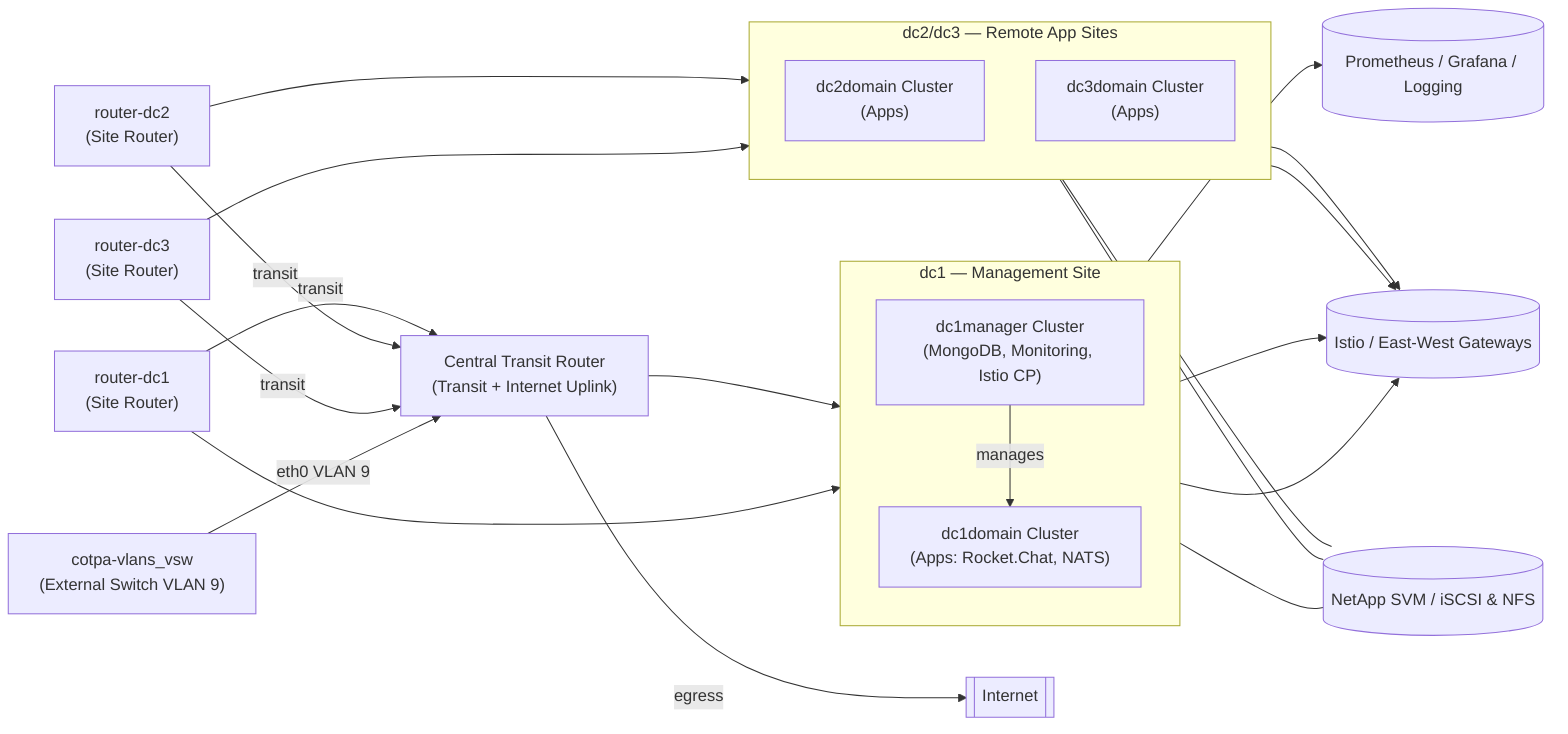
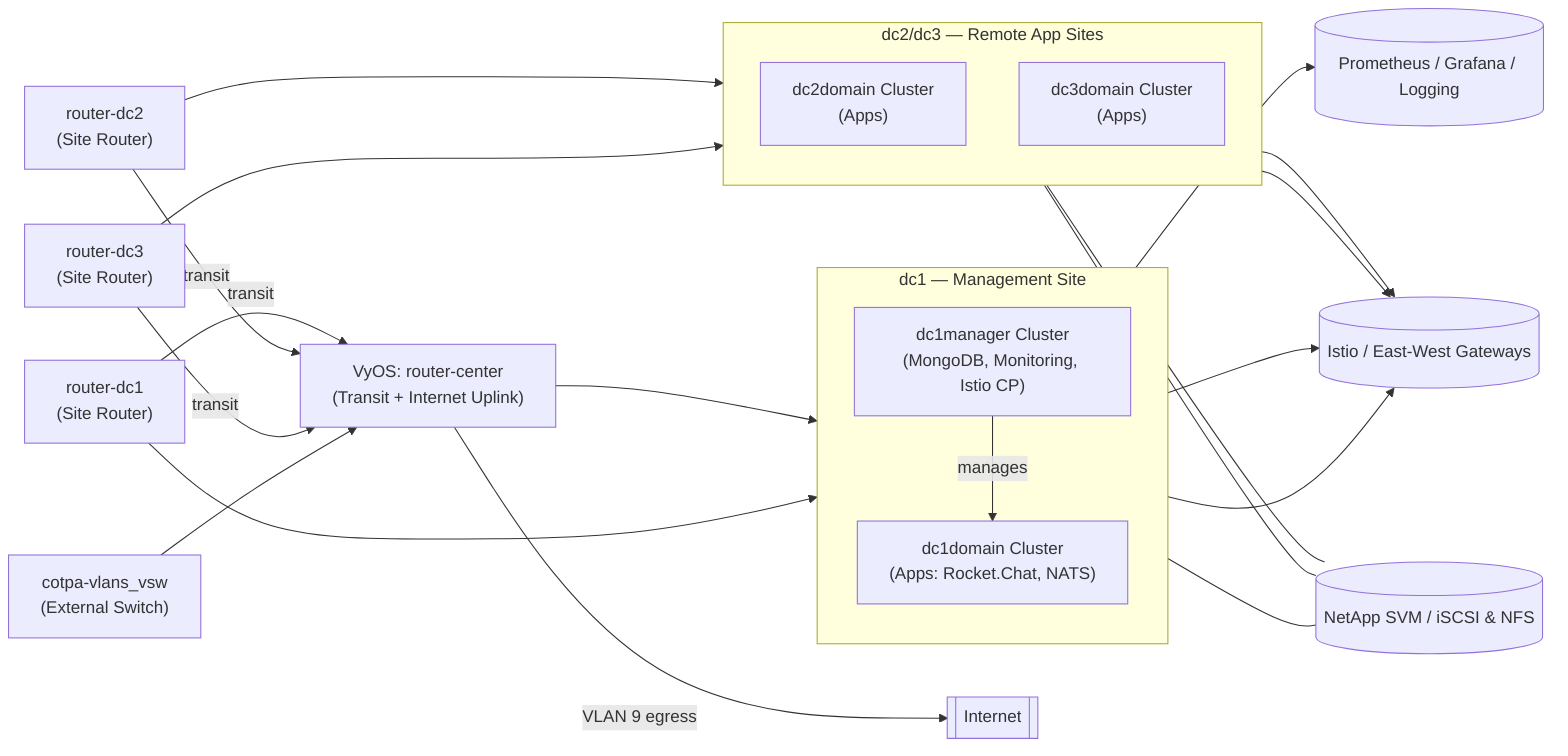
%% Mermaid System Design Diagram - Multicluster Lab (dc* names)
%% Shows high-level components: management cluster, app clusters, monitoring, storage, and network gateways

flowchart LR
  subgraph ManagementSite [dc1 — Management Site]
    direction TB
    MG["dc1manager Cluster\n(MongoDB, Monitoring, Istio CP)"]
    MG -->|manages| DC1A["dc1domain Cluster\n(Apps: Rocket.Chat, NATS)"]
  end

  subgraph RemoteSites [dc2/dc3 — Remote App Sites]
    direction TB
    DC2["dc2domain Cluster\n(Apps)"]
    DC3["dc3domain Cluster\n(Apps)"]
  end

  Storage[(NetApp SVM / iSCSI & NFS)]
  Observability[(Prometheus / Grafana / Logging)]
  ServiceMesh[(Istio / East-West Gateways)]

  MG --> Observability
  MG --> ServiceMesh
  DC1A --> ServiceMesh
  DC2 --> ServiceMesh
  DC3 --> ServiceMesh

  DC1A --- Storage
  DC2 --- Storage
  DC3 --- Storage

  Internet[[Internet]]
-   CentralRouter["Central Transit Router\n(Transit + Internet Uplink)"]
+   CentralRouter["VyOS: router-center\n(Transit + Internet Uplink)"]
  EdgeRouter1["router-dc1\n(Site Router)"]
  EdgeRouter2["router-dc2\n(Site Router)"]
  EdgeRouter3["router-dc3\n(Site Router)"]
-   ExtSwitch["cotpa-vlans_vsw\n(External Switch VLAN 9)"]
+   ExtSwitch["cotpa-vlans_vsw\n(External Switch)"]

  EdgeRouter1 -->|transit| CentralRouter
  EdgeRouter2 -->|transit| CentralRouter
  EdgeRouter3 -->|transit| CentralRouter
-   ExtSwitch -->|eth0 VLAN 9| CentralRouter
-   CentralRouter -->|egress| Internet
+   ExtSwitch --> CentralRouter
+   CentralRouter -->|VLAN 9 egress| Internet

  CentralRouter --> MG
  EdgeRouter1 --> MG
  EdgeRouter2 --> DC2
  EdgeRouter3 --> DC3

  click CentralRouter "../scripts/create-vyos-routers.ps1" "Router provisioning script"
  click MG "../configs/home-lab/nodes/dc1manager-ctrl01.yaml" "Management cluster node manifest"
  click DC2 "../configs/home-lab/nodes/dc2domain-ctrl01.yaml" "dc2 cluster node manifest"
  click DC3 "../configs/home-lab/nodes/dc3domain-ctrl01.yaml" "dc3 cluster node manifest"
